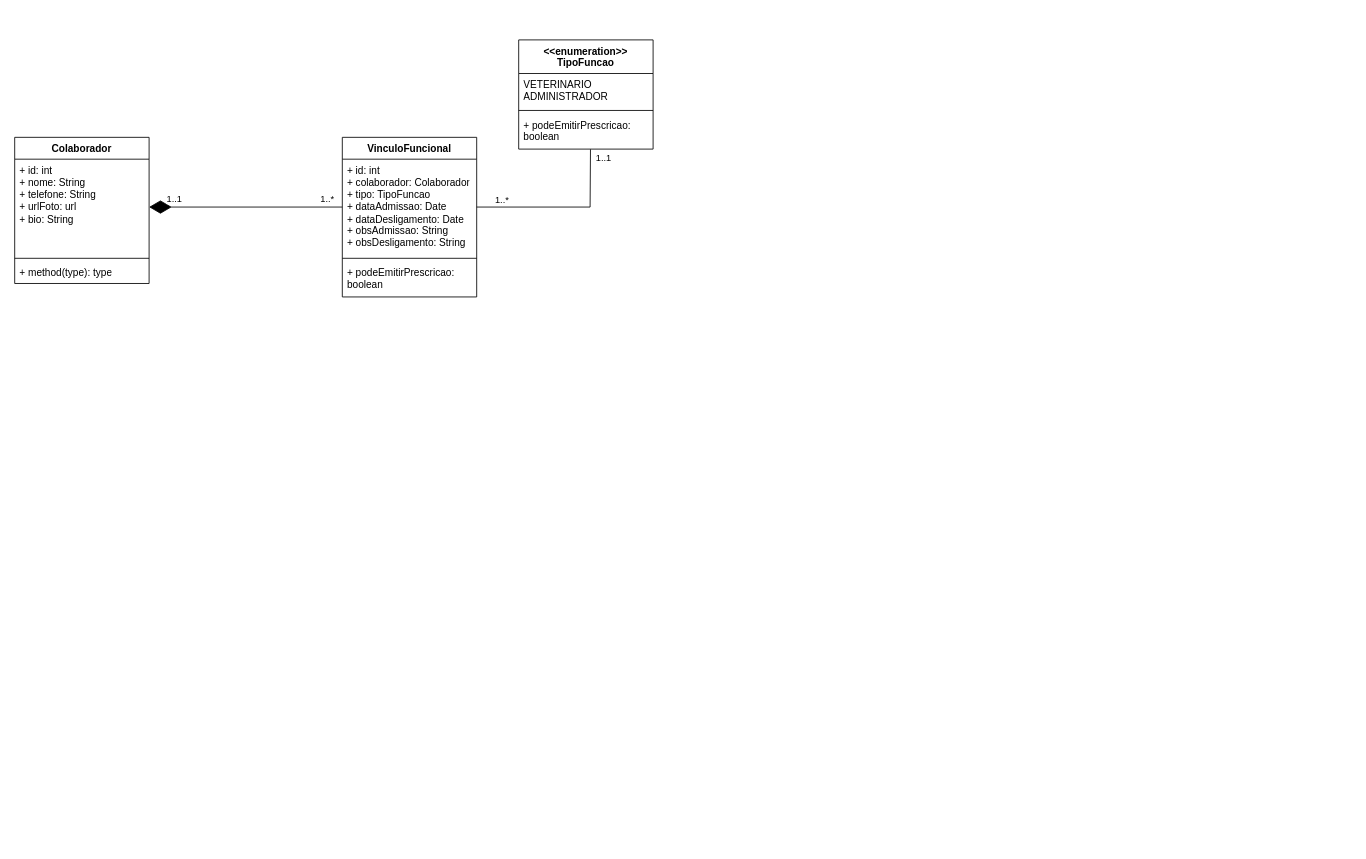
pteixeira1089/gestao-ong-miau keeps this draw.io diagram as modelagem/diagrama_classes_ong_miau.drawio. Above is the earlier version. Source tidied: cells renumbered, new cells numbered last; positions are measured from the earlier drawing's top-left corner, leaving out a move shared by most shapes. Both pictures are drawn from the tidied source at 84%, with x=0, y=0 at pixel (14, 39).
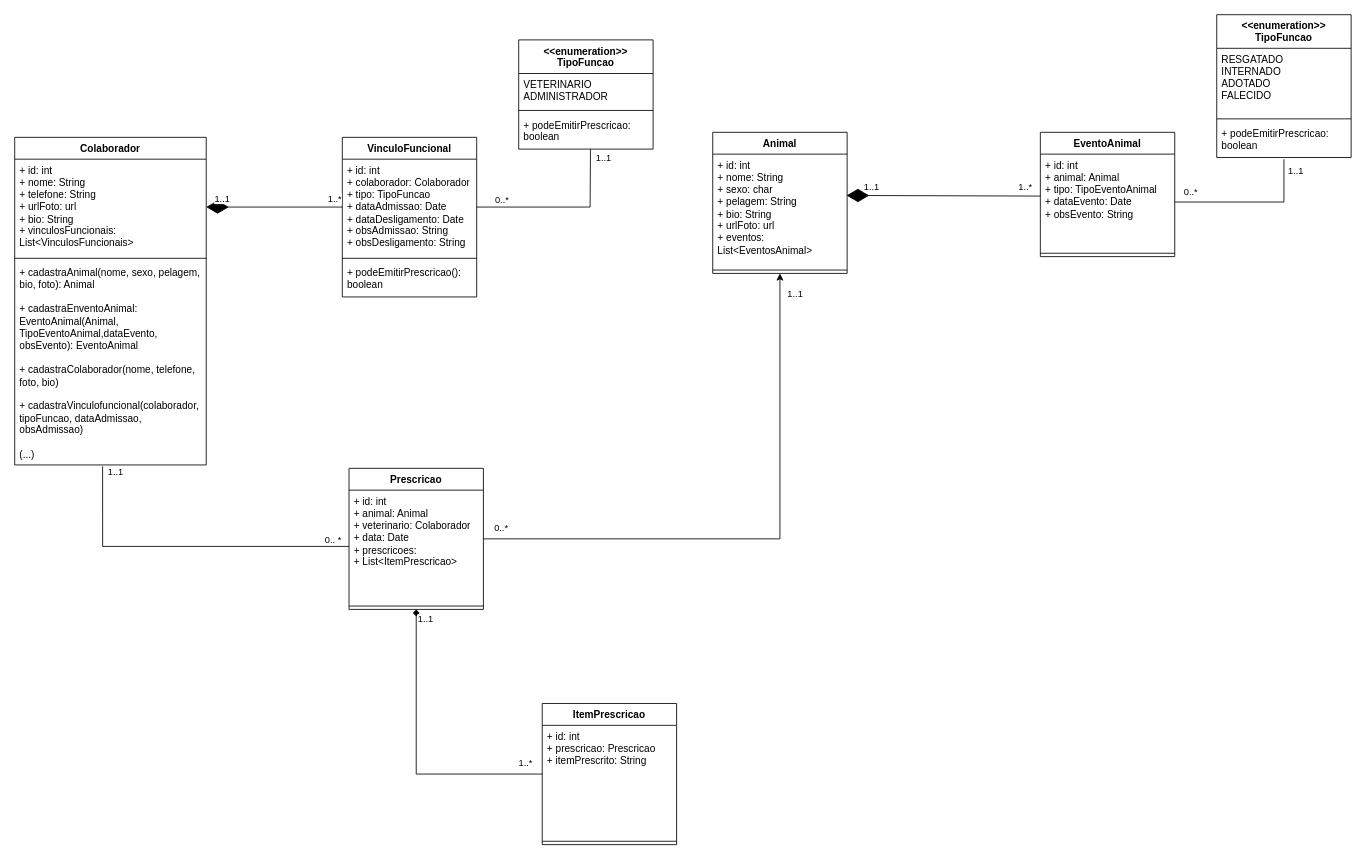
After the change.

Commit message (it also covers changes not shown here):
Added UML classes diagram files

The change refers to these unchanged cells:
```xml
<mxCell id="6" value="VinculoFuncional" style="swimlane;fontStyle=1;align=center;verticalAlign=top;horizontal=1;startSize=26;whiteSpace=wrap;html=1;" parent="1" vertex="1">
  <mxGeometry x="390" y="116" width="160" height="190" as="geometry" />
</mxCell>
<mxCell id="17" style="endArrow=none;endFill=0;endSize=24;html=1;rounded=0;entryX=1;entryY=0.5;entryDx=0;entryDy=0;exitX=0.534;exitY=1.006;exitDx=0;exitDy=0;exitPerimeter=0;startFill=0;" parent="1" edge="1" source="16" target="7">
  <mxGeometry relative="1" as="geometry">
    <Array as="points">
      <mxPoint x="685" y="199" />
    </Array>
  </mxGeometry>
</mxCell>
```

Diff of the diagram source:
```diff
@@
     <mxCell id="2" value="Colaborador" style="swimlane;fontStyle=1;align=center;verticalAlign=top;horizontal=1;startSize=26;whiteSpace=wrap;html=1;" parent="1" vertex="1">
-      <mxGeometry y="116" width="160" height="174" as="geometry" />
+      <mxGeometry y="116" width="228" height="390" as="geometry" />
     </mxCell>
-    <mxCell id="3" value="+ id: int&lt;div&gt;+ nome: String&lt;/div&gt;&lt;div&gt;+ telefone: String&lt;/div&gt;&lt;div&gt;+ urlFoto: url&lt;/div&gt;&lt;div&gt;+ bio: String&lt;/div&gt;" style="text;strokeColor=none;fillColor=none;align=left;verticalAlign=top;spacingLeft=4;spacingRight=4;overflow=hidden;points=[[0,0.5],[1,0.5]];portConstraint=eastwest;whiteSpace=wrap;html=1;" parent="2" vertex="1">
-      <mxGeometry y="26" width="160" height="114" as="geometry" />
+    <mxCell id="3" value="+ id: int&lt;div&gt;+ nome: String&lt;/div&gt;&lt;div&gt;+ telefone: String&lt;/div&gt;&lt;div&gt;+ urlFoto: url&lt;/div&gt;&lt;div&gt;+ bio: String&lt;/div&gt;&lt;div&gt;+ vinculosFuncionais: List&amp;lt;VinculosFuncionais&amp;gt;&lt;/div&gt;" style="text;strokeColor=none;fillColor=none;align=left;verticalAlign=top;spacingLeft=4;spacingRight=4;overflow=hidden;points=[[0,0.5],[1,0.5]];portConstraint=eastwest;whiteSpace=wrap;html=1;" parent="2" vertex="1">
+      <mxGeometry y="26" width="228" height="114" as="geometry" />
     </mxCell>
     <mxCell id="4" style="line;strokeWidth=1;fillColor=none;align=left;verticalAlign=middle;spacingTop=-1;spacingLeft=3;spacingRight=3;labelPosition=right;strokeColor=inherit;" parent="2" vertex="1">
-      <mxGeometry y="140" width="160" height="8" as="geometry" />
+      <mxGeometry y="140" width="228" height="8" as="geometry" />
     </mxCell>
-    <mxCell id="5" value="+ method(type): type" style="text;strokeColor=none;fillColor=none;align=left;verticalAlign=top;spacingLeft=4;spacingRight=4;overflow=hidden;points=[[0,0.5],[1,0.5]];portConstraint=eastwest;whiteSpace=wrap;html=1;" parent="2" vertex="1">
-      <mxGeometry y="148" width="160" height="26" as="geometry" />
+    <mxCell id="5" value="+ cadastraAnimal(nome, sexo, pelagem, bio, foto): Animal&lt;div&gt;&lt;br&gt;&lt;div&gt;+ cadastraEnventoAnimal: EventoAnimal(Animal, TipoEventoAnimal,dataEvento, obsEvento): EventoAnimal&lt;/div&gt;&lt;/div&gt;&lt;div&gt;&lt;br&gt;&lt;/div&gt;&lt;div&gt;+ cadastraColaborador(nome, telefone, foto, bio)&lt;/div&gt;&lt;div&gt;&lt;br&gt;&lt;/div&gt;&lt;div&gt;+ cadastraVinculofuncional(colaborador, tipoFuncao, dataAdmissao, obsAdmissao)&lt;/div&gt;&lt;div&gt;&lt;br&gt;&lt;/div&gt;&lt;div&gt;(...)&lt;/div&gt;" style="text;strokeColor=none;fillColor=none;align=left;verticalAlign=top;spacingLeft=4;spacingRight=4;overflow=hidden;points=[[0,0.5],[1,0.5]];portConstraint=eastwest;whiteSpace=wrap;html=1;" parent="2" vertex="1">
+      <mxGeometry y="148" width="228" height="242" as="geometry" />
     </mxCell>
@@
-    <mxCell id="9" value="+ podeEmitirPrescricao: boolean" style="text;strokeColor=none;fillColor=none;align=left;verticalAlign=top;spacingLeft=4;spacingRight=4;overflow=hidden;whiteSpace=wrap;html=1;" parent="6" vertex="1">
+    <mxCell id="9" value="+ podeEmitirPrescricao(): boolean" style="text;strokeColor=none;fillColor=none;align=left;verticalAlign=top;spacingLeft=4;spacingRight=4;overflow=hidden;whiteSpace=wrap;html=1;" parent="6" vertex="1">
       <mxGeometry y="148" width="160" height="42" as="geometry" />
     </mxCell>
@@
-    <mxCell id="18" value="1..*" style="edgeLabel;html=1;align=center;verticalAlign=middle;" parent="17" vertex="1">
+    <mxCell id="18" value="0..*" style="edgeLabel;html=1;align=center;verticalAlign=middle;" parent="17" vertex="1">
       <mxGeometry x="0.67" relative="1" as="geometry">
         <mxPoint x="-4" y="-9" as="offset" />
       </mxGeometry>
     </mxCell>
@@
+    <mxCell id="20" value="Animal" style="swimlane;fontStyle=1;align=center;verticalAlign=top;horizontal=1;startSize=26;whiteSpace=wrap;html=1;" parent="1" vertex="1">
+      <mxGeometry x="831" y="110" width="160" height="168" as="geometry" />
+    </mxCell>
+    <mxCell id="21" value="+ id: int&lt;div&gt;+ nome: String&lt;/div&gt;&lt;div&gt;+ sexo: char&lt;/div&gt;&lt;div&gt;+ pelagem: String&lt;/div&gt;&lt;div&gt;+ bio: String&lt;/div&gt;&lt;div&gt;+&amp;nbsp;&lt;span style=&quot;background-color: transparent; color: light-dark(rgb(0, 0, 0), rgb(255, 255, 255));&quot;&gt;urlFoto: url&lt;/span&gt;&lt;/div&gt;&lt;div&gt;&lt;span style=&quot;background-color: transparent; color: light-dark(rgb(0, 0, 0), rgb(255, 255, 255));&quot;&gt;+ eventos: List&amp;lt;EventosAnimal&amp;gt;&lt;/span&gt;&lt;/div&gt;&lt;div&gt;&lt;br&gt;&lt;/div&gt;" style="text;strokeColor=none;fillColor=none;align=left;verticalAlign=top;spacingLeft=4;spacingRight=4;overflow=hidden;points=[[0,0.5],[1,0.5]];portConstraint=eastwest;whiteSpace=wrap;html=1;" parent="20" vertex="1">
+      <mxGeometry y="26" width="160" height="134" as="geometry" />
+    </mxCell>
+    <mxCell id="22" style="line;strokeWidth=1;fillColor=none;align=left;verticalAlign=middle;spacingTop=-1;spacingLeft=3;spacingRight=3;labelPosition=right;strokeColor=inherit;" parent="20" vertex="1">
+      <mxGeometry y="160" width="160" height="8" as="geometry" />
+    </mxCell>
+    <mxCell id="23" value="Evento&lt;span style=&quot;background-color: transparent; color: light-dark(rgb(0, 0, 0), rgb(255, 255, 255));&quot;&gt;Animal&lt;/span&gt;" style="swimlane;fontStyle=1;align=center;verticalAlign=top;horizontal=1;startSize=26;whiteSpace=wrap;html=1;" parent="1" vertex="1">
+      <mxGeometry x="1221" y="110" width="160" height="148" as="geometry" />
+    </mxCell>
+    <mxCell id="24" value="+ id: int&lt;div&gt;+ animal: Animal&lt;/div&gt;&lt;div&gt;+ tipo: TipoEventoAnimal&lt;/div&gt;&lt;div&gt;+ dataEvento: Date&lt;/div&gt;&lt;div&gt;+ obsEvento: String&lt;/div&gt;" style="text;strokeColor=none;fillColor=none;align=left;verticalAlign=top;spacingLeft=4;spacingRight=4;overflow=hidden;points=[[0,0.5],[1,0.5]];portConstraint=eastwest;whiteSpace=wrap;html=1;" parent="23" vertex="1">
+      <mxGeometry y="26" width="160" height="114" as="geometry" />
+    </mxCell>
+    <mxCell id="25" style="line;strokeWidth=1;fillColor=none;align=left;verticalAlign=middle;spacingTop=-1;spacingLeft=3;spacingRight=3;labelPosition=right;strokeColor=inherit;" parent="23" vertex="1">
+      <mxGeometry y="140" width="160" height="8" as="geometry" />
+    </mxCell>
+    <mxCell id="26" value="&amp;lt;&amp;lt;enumeration&amp;gt;&amp;gt;&lt;div&gt;TipoFuncao&lt;/div&gt;" style="swimlane;fontStyle=1;align=center;verticalAlign=top;horizontal=1;startSize=40;whiteSpace=wrap;html=1;" parent="1" vertex="1">
+      <mxGeometry x="1431" y="-30" width="160" height="170" as="geometry" />
+    </mxCell>
+    <mxCell id="27" value="RESGATADO&lt;div&gt;INTERNADO&lt;/div&gt;&lt;div&gt;ADOTADO&lt;/div&gt;&lt;div&gt;FALECIDO&lt;/div&gt;" style="text;strokeColor=none;fillColor=none;align=left;verticalAlign=top;spacingLeft=4;spacingRight=4;overflow=hidden;whiteSpace=wrap;html=1;" parent="26" vertex="1">
+      <mxGeometry y="40" width="160" height="80" as="geometry" />
+    </mxCell>
+    <mxCell id="28" style="line;strokeWidth=1;fillColor=none;align=left;verticalAlign=middle;spacingTop=-1;spacingLeft=3;spacingRight=3;labelPosition=right;strokeColor=inherit;" parent="26" vertex="1">
+      <mxGeometry y="120" width="160" height="8" as="geometry" />
+    </mxCell>
+    <mxCell id="29" value="+ podeEmitirPrescricao: boolean" style="text;strokeColor=none;fillColor=none;align=left;verticalAlign=top;spacingLeft=4;spacingRight=4;overflow=hidden;points=[[0,0.5],[1,0.5]];portConstraint=eastwest;whiteSpace=wrap;html=1;" parent="26" vertex="1">
+      <mxGeometry y="128" width="160" height="42" as="geometry" />
+    </mxCell>
+    <mxCell id="30" style="endArrow=none;html=1;rounded=0;entryX=0.5;entryY=1.048;entryDx=0;entryDy=0;entryPerimeter=0;exitX=1;exitY=0.5;exitDx=0;exitDy=0;" parent="1" edge="1" source="24" target="29">
+      <mxGeometry relative="1" as="geometry">
+        <Array as="points">
+          <mxPoint x="1511" y="193" />
+        </Array>
+      </mxGeometry>
+    </mxCell>
+    <mxCell id="31" value="1..1" style="edgeLabel;html=1;align=center;verticalAlign=middle;" parent="30" vertex="1">
+      <mxGeometry x="0.81" y="-4" relative="1" as="geometry">
+        <mxPoint x="9" y="-4" as="offset" />
+      </mxGeometry>
+    </mxCell>
+    <mxCell id="32" value="0..*" style="edgeLabel;html=1;align=center;verticalAlign=middle;" parent="30" vertex="1">
+      <mxGeometry x="-0.8" y="1" relative="1" as="geometry">
+        <mxPoint y="-12" as="offset" />
+      </mxGeometry>
+    </mxCell>
+    <mxCell id="33" style="endArrow=diamondThin;endFill=1;endSize=24;html=1;rounded=0;exitX=0.001;exitY=0.438;exitDx=0;exitDy=0;exitPerimeter=0;entryX=0.996;entryY=0.367;entryDx=0;entryDy=0;entryPerimeter=0;" parent="1" edge="1" source="24" target="21">
+      <mxGeometry relative="1" as="geometry" />
+    </mxCell>
+    <mxCell id="34" value="1..*" style="edgeLabel;html=1;align=center;verticalAlign=middle;" parent="33" vertex="1">
+      <mxGeometry x="-0.72" y="3" relative="1" as="geometry">
+        <mxPoint x="13" y="-14" as="offset" />
+      </mxGeometry>
+    </mxCell>
+    <mxCell id="35" value="1..1" style="edgeLabel;html=1;align=center;verticalAlign=middle;" parent="33" vertex="1">
+      <mxGeometry x="0.66" relative="1" as="geometry">
+        <mxPoint x="-10" y="-11" as="offset" />
+      </mxGeometry>
+    </mxCell>
+    <mxCell id="36" style="edgeStyle=orthogonalEdgeStyle;rounded=0;jettySize=auto;html=1;entryX=0.5;entryY=1;entryDx=0;entryDy=0;" parent="1" edge="1" source="39" target="20">
+      <mxGeometry relative="1" as="geometry" />
+    </mxCell>
+    <mxCell id="37" value="0..*" style="edgeLabel;html=1;align=center;verticalAlign=middle;" parent="36" vertex="1">
+      <mxGeometry x="-0.92" y="1" relative="1" as="geometry">
+        <mxPoint x="-7" y="-13" as="offset" />
+      </mxGeometry>
+    </mxCell>
+    <mxCell id="38" value="1..1" style="edgeLabel;html=1;align=center;verticalAlign=middle;" parent="36" vertex="1">
+      <mxGeometry x="0.92" y="1" relative="1" as="geometry">
+        <mxPoint x="18" y="-3" as="offset" />
+      </mxGeometry>
+    </mxCell>
+    <mxCell id="39" value="Prescricao" style="swimlane;fontStyle=1;align=center;verticalAlign=top;horizontal=1;startSize=26;whiteSpace=wrap;html=1;" parent="1" vertex="1">
+      <mxGeometry x="398" y="510" width="160" height="168" as="geometry" />
+    </mxCell>
+    <mxCell id="40" value="+ id: int&lt;div&gt;+ animal: Animal&lt;/div&gt;&lt;div&gt;+ veterinario: Colaborador&lt;/div&gt;&lt;div&gt;+ data: Date&lt;/div&gt;&lt;div&gt;+ prescricoes:&amp;nbsp;&lt;/div&gt;&lt;div&gt;+ List&amp;lt;ItemPrescricao&amp;gt;&lt;/div&gt;&lt;div&gt;&lt;br&gt;&lt;/div&gt;" style="text;strokeColor=none;fillColor=none;align=left;verticalAlign=top;spacingLeft=4;spacingRight=4;overflow=hidden;points=[[0,0.5],[1,0.5]];portConstraint=eastwest;whiteSpace=wrap;html=1;" parent="39" vertex="1">
+      <mxGeometry y="26" width="160" height="134" as="geometry" />
+    </mxCell>
+    <mxCell id="41" style="line;strokeWidth=1;fillColor=none;align=left;verticalAlign=middle;spacingTop=-1;spacingLeft=3;spacingRight=3;labelPosition=right;strokeColor=inherit;" parent="39" vertex="1">
+      <mxGeometry y="160" width="160" height="8" as="geometry" />
+    </mxCell>
+    <mxCell id="42" style="edgeStyle=orthogonalEdgeStyle;rounded=0;jettySize=auto;html=1;entryX=0.5;entryY=1;entryDx=0;entryDy=0;endArrow=diamond;endFill=1;" parent="1" edge="1" source="45" target="39">
+      <mxGeometry relative="1" as="geometry" />
+    </mxCell>
+    <mxCell id="43" value="1..1" style="edgeLabel;html=1;align=center;verticalAlign=middle;" parent="42" vertex="1">
+      <mxGeometry x="0.79" y="-4" relative="1" as="geometry">
+        <mxPoint x="6" y="-25" as="offset" />
+      </mxGeometry>
+    </mxCell>
+    <mxCell id="44" value="1..*" style="edgeLabel;html=1;align=center;verticalAlign=middle;" parent="42" vertex="1">
+      <mxGeometry x="-0.88" y="-2" relative="1" as="geometry">
+        <mxPoint y="-12" as="offset" />
+      </mxGeometry>
+    </mxCell>
+    <mxCell id="45" value="ItemPrescricao" style="swimlane;fontStyle=1;align=center;verticalAlign=top;horizontal=1;startSize=26;whiteSpace=wrap;html=1;" parent="1" vertex="1">
+      <mxGeometry x="628" y="790" width="160" height="168" as="geometry" />
+    </mxCell>
+    <mxCell id="46" value="+ id: int&lt;div&gt;+ prescricao: Prescricao&lt;/div&gt;&lt;div&gt;+ itemPrescrito: String&lt;/div&gt;&lt;div&gt;&lt;br&gt;&lt;/div&gt;" style="text;strokeColor=none;fillColor=none;align=left;verticalAlign=top;spacingLeft=4;spacingRight=4;overflow=hidden;whiteSpace=wrap;html=1;" parent="45" vertex="1">
+      <mxGeometry y="26" width="160" height="134" as="geometry" />
+    </mxCell>
+    <mxCell id="47" style="line;strokeWidth=1;fillColor=none;align=left;verticalAlign=middle;spacingTop=-1;spacingLeft=3;spacingRight=3;labelPosition=right;strokeColor=inherit;" parent="45" vertex="1">
+      <mxGeometry y="160" width="160" height="8" as="geometry" />
+    </mxCell>
+    <mxCell id="48" style="edgeStyle=orthogonalEdgeStyle;rounded=0;jettySize=auto;html=1;entryX=0;entryY=0.5;entryDx=0;entryDy=0;endArrow=none;startFill=0;exitX=0.459;exitY=1.007;exitDx=0;exitDy=0;exitPerimeter=0;" parent="1" edge="1" source="5" target="40">
+      <mxGeometry relative="1" as="geometry">
+        <Array as="points">
+          <mxPoint x="105" y="603" />
+        </Array>
+      </mxGeometry>
+    </mxCell>
+    <mxCell id="49" value="0.. *" style="edgeLabel;html=1;align=center;verticalAlign=middle;" parent="48" vertex="1">
+      <mxGeometry x="0.9" y="1" relative="1" as="geometry">
+        <mxPoint y="-8" as="offset" />
+      </mxGeometry>
+    </mxCell>
+    <mxCell id="50" value="1..1" style="edgeLabel;html=1;align=center;verticalAlign=middle;" parent="48" vertex="1">
+      <mxGeometry x="-0.92" y="1" relative="1" as="geometry">
+        <mxPoint x="14" y="-10" as="offset" />
+      </mxGeometry>
+    </mxCell>
```
